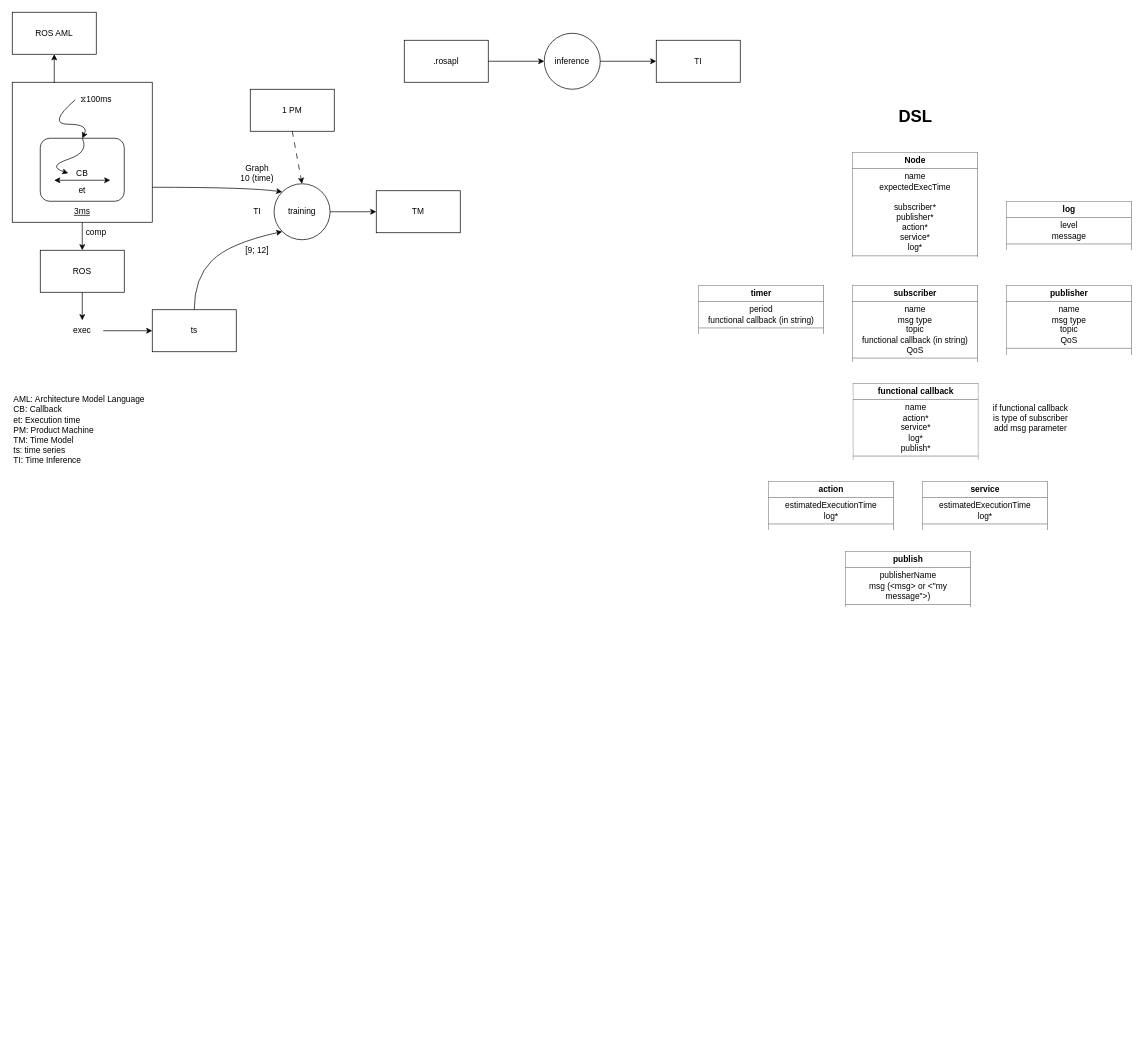
Earlier version of the draw.io diagram docs/temporal_model_hybridization.drawio (Colin-de-Seroux/temporal-model-hybridization). Source tidied: cells renumbered, new cells numbered last; positions are measured from the earlier drawing's top-left corner, leaving out a move shared by most shapes. Both pictures are drawn from the tidied source at 70%, with x=0, y=0 at pixel (12, 12).
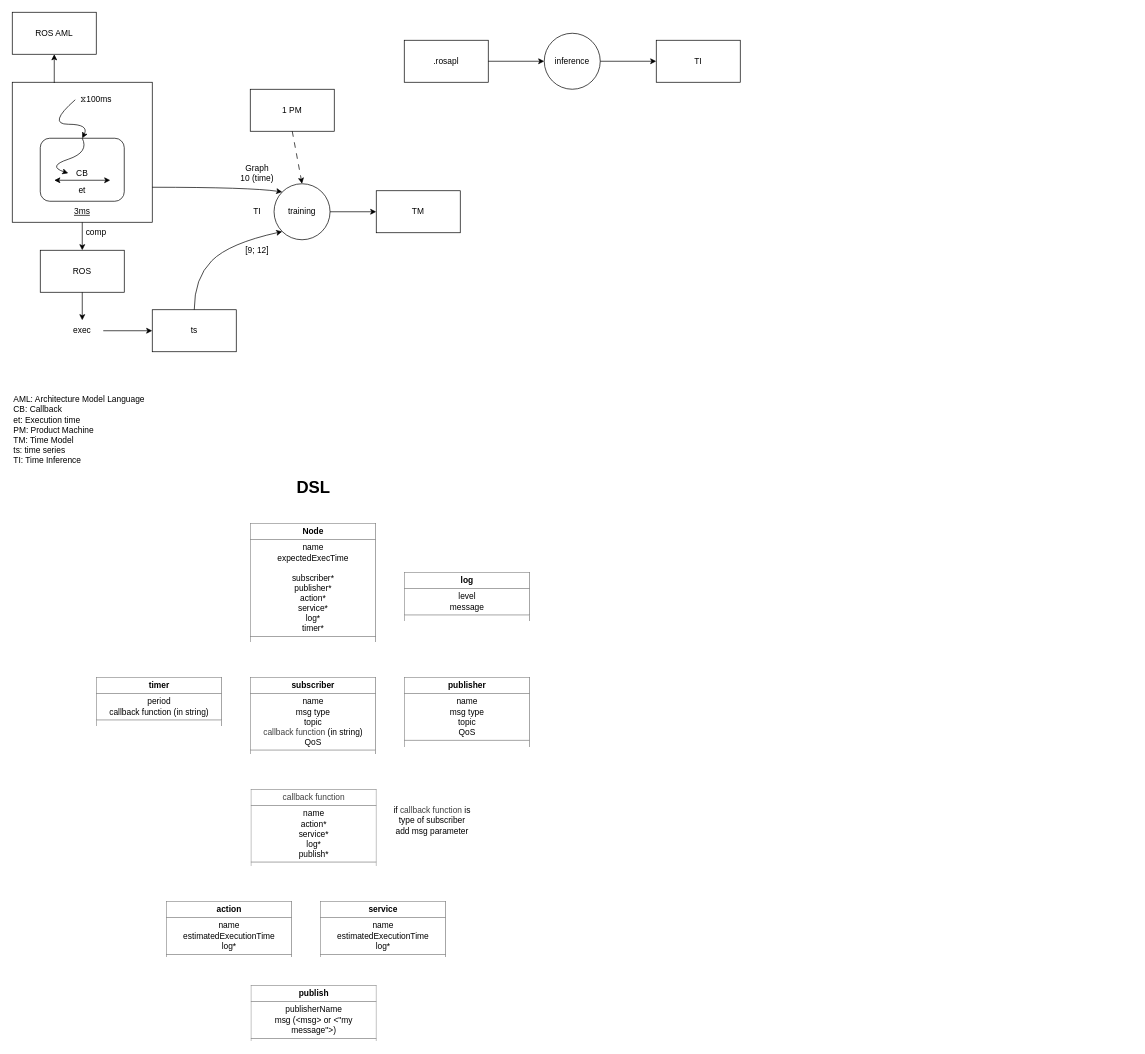
After the change.

What changed in the source:
```diff
@@
-    <mxCell id="37" value="&lt;table border=&quot;1&quot; width=&quot;100%&quot; height=&quot;100%&quot; cellpadding=&quot;4&quot; style=&quot;width:100%;height:100%;border-collapse:collapse;&quot;&gt;&lt;tbody&gt;&lt;tr&gt;&lt;th align=&quot;center&quot;&gt;&lt;b&gt;Node&lt;/b&gt;&lt;/th&gt;&lt;/tr&gt;&lt;tr&gt;&lt;td align=&quot;center&quot;&gt;name&lt;br&gt;expectedExecTime&lt;br&gt;&lt;br&gt;subscriber*&lt;br&gt;publisher*&lt;br&gt;action*&lt;br&gt;service*&lt;br&gt;log*&lt;/td&gt;&lt;/tr&gt;&lt;tr&gt;&lt;td align=&quot;center&quot;&gt;&lt;br&gt;&lt;br&gt;&lt;/td&gt;&lt;/tr&gt;&lt;/tbody&gt;&lt;/table&gt;" style="text;html=1;whiteSpace=wrap;strokeColor=none;fillColor=none;overflow=fill;" parent="1" vertex="1">
-      <mxGeometry x="1200" y="200" width="180" height="150" as="geometry" />
+    <mxCell id="37" value="&lt;table border=&quot;1&quot; width=&quot;100%&quot; height=&quot;100%&quot; cellpadding=&quot;4&quot; style=&quot;width:100%;height:100%;border-collapse:collapse;&quot;&gt;&lt;tbody&gt;&lt;tr&gt;&lt;th align=&quot;center&quot;&gt;&lt;b&gt;Node&lt;/b&gt;&lt;/th&gt;&lt;/tr&gt;&lt;tr&gt;&lt;td align=&quot;center&quot;&gt;name&lt;br&gt;expectedExecTime&lt;br&gt;&lt;br&gt;subscriber*&lt;br&gt;publisher*&lt;br&gt;action*&lt;br&gt;service*&lt;br&gt;log*&lt;br&gt;timer*&lt;/td&gt;&lt;/tr&gt;&lt;tr&gt;&lt;td align=&quot;center&quot;&gt;&lt;br&gt;&lt;br&gt;&lt;/td&gt;&lt;/tr&gt;&lt;/tbody&gt;&lt;/table&gt;" style="text;html=1;whiteSpace=wrap;strokeColor=none;fillColor=none;overflow=fill;" parent="1" vertex="1">
+      <mxGeometry x="340" y="730" width="180" height="170" as="geometry" />
     </mxCell>
     <mxCell id="38" value="&lt;table border=&quot;1&quot; width=&quot;100%&quot; height=&quot;100%&quot; cellpadding=&quot;4&quot; style=&quot;width:100%;height:100%;border-collapse:collapse;&quot;&gt;&lt;tbody&gt;&lt;tr&gt;&lt;th align=&quot;center&quot;&gt;&lt;b&gt;log&lt;/b&gt;&lt;/th&gt;&lt;/tr&gt;&lt;tr&gt;&lt;td align=&quot;center&quot;&gt;level&lt;br&gt;message&lt;/td&gt;&lt;/tr&gt;&lt;tr&gt;&lt;td align=&quot;center&quot;&gt;&lt;br&gt;&lt;br&gt;&lt;/td&gt;&lt;/tr&gt;&lt;/tbody&gt;&lt;/table&gt;" style="text;html=1;whiteSpace=wrap;strokeColor=none;fillColor=none;overflow=fill;verticalAlign=top;" parent="1" vertex="1">
-      <mxGeometry x="1420" y="270" width="180" height="70" as="geometry" />
+      <mxGeometry x="560" y="800" width="180" height="70" as="geometry" />
     </mxCell>
-    <mxCell id="39" value="&lt;table border=&quot;1&quot; width=&quot;100%&quot; height=&quot;100%&quot; cellpadding=&quot;4&quot; style=&quot;width:100%;height:100%;border-collapse:collapse;&quot;&gt;&lt;tbody&gt;&lt;tr&gt;&lt;th align=&quot;center&quot;&gt;subscriber&lt;/th&gt;&lt;/tr&gt;&lt;tr&gt;&lt;td align=&quot;center&quot;&gt;name&lt;br&gt;msg type&lt;br&gt;topic&lt;br&gt;functional callback (in string)&lt;br&gt;QoS&lt;/td&gt;&lt;/tr&gt;&lt;tr&gt;&lt;td align=&quot;center&quot;&gt;&lt;br&gt;&lt;br&gt;&lt;/td&gt;&lt;/tr&gt;&lt;/tbody&gt;&lt;/table&gt;" style="text;html=1;whiteSpace=wrap;strokeColor=none;fillColor=none;overflow=fill;verticalAlign=top;" parent="1" vertex="1">
-      <mxGeometry x="1200" y="390" width="180" height="110" as="geometry" />
+    <mxCell id="39" value="&lt;table border=&quot;1&quot; width=&quot;100%&quot; height=&quot;100%&quot; cellpadding=&quot;4&quot; style=&quot;width:100%;height:100%;border-collapse:collapse;&quot;&gt;&lt;tbody&gt;&lt;tr&gt;&lt;th align=&quot;center&quot;&gt;subscriber&lt;/th&gt;&lt;/tr&gt;&lt;tr&gt;&lt;td align=&quot;center&quot;&gt;name&lt;br&gt;msg type&lt;br&gt;topic&lt;br&gt;&lt;span style=&quot;color: rgb(63, 63, 63);&quot;&gt;callback function&lt;/span&gt;&amp;nbsp;(in string)&lt;br&gt;QoS&lt;/td&gt;&lt;/tr&gt;&lt;tr&gt;&lt;td align=&quot;center&quot;&gt;&lt;br&gt;&lt;br&gt;&lt;/td&gt;&lt;/tr&gt;&lt;/tbody&gt;&lt;/table&gt;" style="text;html=1;whiteSpace=wrap;strokeColor=none;fillColor=none;overflow=fill;verticalAlign=top;" parent="1" vertex="1">
+      <mxGeometry x="340" y="950" width="180" height="110" as="geometry" />
     </mxCell>
     <mxCell id="40" value="&lt;table border=&quot;1&quot; width=&quot;100%&quot; height=&quot;100%&quot; cellpadding=&quot;4&quot; style=&quot;width:100%;height:100%;border-collapse:collapse;&quot;&gt;&lt;tbody&gt;&lt;tr&gt;&lt;th align=&quot;center&quot;&gt;publisher&lt;/th&gt;&lt;/tr&gt;&lt;tr&gt;&lt;td align=&quot;center&quot;&gt;name&lt;br&gt;msg type&lt;br&gt;topic&lt;br&gt;QoS&lt;/td&gt;&lt;/tr&gt;&lt;tr&gt;&lt;td align=&quot;center&quot;&gt;&lt;br&gt;&lt;br&gt;&lt;/td&gt;&lt;/tr&gt;&lt;/tbody&gt;&lt;/table&gt;" style="text;html=1;whiteSpace=wrap;strokeColor=none;fillColor=none;overflow=fill;verticalAlign=top;" parent="1" vertex="1">
-      <mxGeometry x="1420" y="390" width="180" height="100" as="geometry" />
+      <mxGeometry x="560" y="950" width="180" height="100" as="geometry" />
     </mxCell>
-    <mxCell id="41" value="&lt;table border=&quot;1&quot; width=&quot;100%&quot; height=&quot;100%&quot; cellpadding=&quot;4&quot; style=&quot;width:100%;height:100%;border-collapse:collapse;&quot;&gt;&lt;tbody&gt;&lt;tr&gt;&lt;th align=&quot;center&quot;&gt;functional callback&lt;/th&gt;&lt;/tr&gt;&lt;tr&gt;&lt;td align=&quot;center&quot;&gt;name&lt;br&gt;action*&lt;br&gt;service*&lt;br&gt;log*&lt;br&gt;publish*&lt;/td&gt;&lt;/tr&gt;&lt;tr&gt;&lt;td align=&quot;center&quot;&gt;&lt;br&gt;&lt;br&gt;&lt;/td&gt;&lt;/tr&gt;&lt;/tbody&gt;&lt;/table&gt;" style="text;html=1;whiteSpace=wrap;strokeColor=none;fillColor=none;overflow=fill;verticalAlign=top;" parent="1" vertex="1">
-      <mxGeometry x="1201" y="530" width="180" height="109.5" as="geometry" />
+    <mxCell id="41" value="&lt;table border=&quot;1&quot; width=&quot;100%&quot; height=&quot;100%&quot; cellpadding=&quot;4&quot; style=&quot;width:100%;height:100%;border-collapse:collapse;&quot;&gt;&lt;tbody&gt;&lt;tr&gt;&lt;th align=&quot;center&quot;&gt;&lt;span style=&quot;color: rgb(63, 63, 63); font-weight: 400;&quot;&gt;callback function&lt;/span&gt;&lt;/th&gt;&lt;/tr&gt;&lt;tr&gt;&lt;td align=&quot;center&quot;&gt;name&lt;br&gt;action*&lt;br&gt;service*&lt;br&gt;log*&lt;br&gt;publish*&lt;/td&gt;&lt;/tr&gt;&lt;tr&gt;&lt;td align=&quot;center&quot;&gt;&lt;br&gt;&lt;br&gt;&lt;/td&gt;&lt;/tr&gt;&lt;/tbody&gt;&lt;/table&gt;" style="text;html=1;whiteSpace=wrap;strokeColor=none;fillColor=none;overflow=fill;verticalAlign=top;" parent="1" vertex="1">
+      <mxGeometry x="341" y="1110" width="180" height="109.5" as="geometry" />
     </mxCell>
     <mxCell id="42" value="&lt;table border=&quot;1&quot; width=&quot;100%&quot; height=&quot;100%&quot; cellpadding=&quot;4&quot; style=&quot;width:100%;height:100%;border-collapse:collapse;&quot;&gt;&lt;tbody&gt;&lt;tr&gt;&lt;th align=&quot;center&quot;&gt;publish&lt;/th&gt;&lt;/tr&gt;&lt;tr&gt;&lt;td align=&quot;center&quot;&gt;publisherName&lt;br&gt;msg (&amp;lt;msg&amp;gt; or &amp;lt;&quot;my message&quot;&amp;gt;)&lt;/td&gt;&lt;/tr&gt;&lt;tr&gt;&lt;td align=&quot;center&quot;&gt;&lt;br&gt;&lt;br&gt;&lt;/td&gt;&lt;/tr&gt;&lt;/tbody&gt;&lt;/table&gt;" style="text;html=1;whiteSpace=wrap;strokeColor=none;fillColor=none;overflow=fill;verticalAlign=top;" parent="1" vertex="1">
-      <mxGeometry x="1190" y="770" width="180" height="80" as="geometry" />
+      <mxGeometry x="341" y="1390" width="180" height="80" as="geometry" />
     </mxCell>
-    <mxCell id="43" value="&lt;table border=&quot;1&quot; width=&quot;100%&quot; height=&quot;100%&quot; cellpadding=&quot;4&quot; style=&quot;width:100%;height:100%;border-collapse:collapse;&quot;&gt;&lt;tbody&gt;&lt;tr&gt;&lt;th align=&quot;center&quot;&gt;action&lt;/th&gt;&lt;/tr&gt;&lt;tr&gt;&lt;td align=&quot;center&quot;&gt;estimatedExecutionTime&lt;br&gt;log*&lt;/td&gt;&lt;/tr&gt;&lt;tr&gt;&lt;td align=&quot;center&quot;&gt;&lt;br&gt;&lt;br&gt;&lt;/td&gt;&lt;/tr&gt;&lt;/tbody&gt;&lt;/table&gt;" style="text;html=1;whiteSpace=wrap;strokeColor=none;fillColor=none;overflow=fill;verticalAlign=top;" parent="1" vertex="1">
-      <mxGeometry x="1080" y="670" width="180" height="70" as="geometry" />
+    <mxCell id="43" value="&lt;table border=&quot;1&quot; width=&quot;100%&quot; height=&quot;100%&quot; cellpadding=&quot;4&quot; style=&quot;width:100%;height:100%;border-collapse:collapse;&quot;&gt;&lt;tbody&gt;&lt;tr&gt;&lt;th align=&quot;center&quot;&gt;action&lt;/th&gt;&lt;/tr&gt;&lt;tr&gt;&lt;td align=&quot;center&quot;&gt;name&lt;br&gt;estimatedExecutionTime&lt;br&gt;log*&lt;/td&gt;&lt;/tr&gt;&lt;tr&gt;&lt;td align=&quot;center&quot;&gt;&lt;br&gt;&lt;br&gt;&lt;/td&gt;&lt;/tr&gt;&lt;/tbody&gt;&lt;/table&gt;" style="text;html=1;whiteSpace=wrap;strokeColor=none;fillColor=none;overflow=fill;verticalAlign=top;" parent="1" vertex="1">
+      <mxGeometry x="220" y="1270" width="180" height="80" as="geometry" />
     </mxCell>
-    <mxCell id="44" value="&lt;table border=&quot;1&quot; width=&quot;100%&quot; height=&quot;100%&quot; cellpadding=&quot;4&quot; style=&quot;width:100%;height:100%;border-collapse:collapse;&quot;&gt;&lt;tbody&gt;&lt;tr&gt;&lt;th align=&quot;center&quot;&gt;service&lt;/th&gt;&lt;/tr&gt;&lt;tr&gt;&lt;td align=&quot;center&quot;&gt;estimatedExecutionTime&lt;br&gt;log*&lt;/td&gt;&lt;/tr&gt;&lt;tr&gt;&lt;td align=&quot;center&quot;&gt;&lt;br&gt;&lt;br&gt;&lt;/td&gt;&lt;/tr&gt;&lt;/tbody&gt;&lt;/table&gt;" style="text;html=1;whiteSpace=wrap;strokeColor=none;fillColor=none;overflow=fill;verticalAlign=top;" parent="1" vertex="1">
-      <mxGeometry x="1300" y="670" width="180" height="70" as="geometry" />
+    <mxCell id="44" value="&lt;table border=&quot;1&quot; width=&quot;100%&quot; height=&quot;100%&quot; cellpadding=&quot;4&quot; style=&quot;width:100%;height:100%;border-collapse:collapse;&quot;&gt;&lt;tbody&gt;&lt;tr&gt;&lt;th align=&quot;center&quot;&gt;service&lt;/th&gt;&lt;/tr&gt;&lt;tr&gt;&lt;td align=&quot;center&quot;&gt;name&lt;br&gt;estimatedExecutionTime&lt;br&gt;log*&lt;/td&gt;&lt;/tr&gt;&lt;tr&gt;&lt;td align=&quot;center&quot;&gt;&lt;br&gt;&lt;br&gt;&lt;/td&gt;&lt;/tr&gt;&lt;/tbody&gt;&lt;/table&gt;" style="text;html=1;whiteSpace=wrap;strokeColor=none;fillColor=none;overflow=fill;verticalAlign=top;" parent="1" vertex="1">
+      <mxGeometry x="440" y="1270" width="180" height="80" as="geometry" />
     </mxCell>
-    <mxCell id="45" value="&lt;table border=&quot;1&quot; width=&quot;100%&quot; height=&quot;100%&quot; cellpadding=&quot;4&quot; style=&quot;width:100%;height:100%;border-collapse:collapse;&quot;&gt;&lt;tbody&gt;&lt;tr&gt;&lt;th align=&quot;center&quot;&gt;timer&lt;/th&gt;&lt;/tr&gt;&lt;tr&gt;&lt;td align=&quot;center&quot;&gt;period&lt;br&gt;functional callback (in string)&lt;/td&gt;&lt;/tr&gt;&lt;tr&gt;&lt;td align=&quot;center&quot;&gt;&lt;br&gt;&lt;br&gt;&lt;/td&gt;&lt;/tr&gt;&lt;/tbody&gt;&lt;/table&gt;" style="text;html=1;whiteSpace=wrap;strokeColor=none;fillColor=none;overflow=fill;verticalAlign=top;" parent="1" vertex="1">
-      <mxGeometry x="980" y="390" width="180" height="70" as="geometry" />
+    <mxCell id="45" value="&lt;table border=&quot;1&quot; width=&quot;100%&quot; height=&quot;100%&quot; cellpadding=&quot;4&quot; style=&quot;width:100%;height:100%;border-collapse:collapse;&quot;&gt;&lt;tbody&gt;&lt;tr&gt;&lt;th align=&quot;center&quot;&gt;timer&lt;/th&gt;&lt;/tr&gt;&lt;tr&gt;&lt;td align=&quot;center&quot;&gt;period&lt;br&gt;callback function (in string)&lt;/td&gt;&lt;/tr&gt;&lt;tr&gt;&lt;td align=&quot;center&quot;&gt;&lt;br&gt;&lt;br&gt;&lt;/td&gt;&lt;/tr&gt;&lt;/tbody&gt;&lt;/table&gt;" style="text;html=1;whiteSpace=wrap;strokeColor=none;fillColor=none;overflow=fill;verticalAlign=top;" parent="1" vertex="1">
+      <mxGeometry x="120" y="950" width="180" height="70" as="geometry" />
     </mxCell>
     <mxCell id="46" value="DSL" style="text;strokeColor=none;fillColor=none;html=1;fontSize=24;fontStyle=1;verticalAlign=middle;align=center;" parent="1" vertex="1">
-      <mxGeometry x="1240" y="130" width="100" height="40" as="geometry" />
+      <mxGeometry x="380" y="660" width="100" height="40" as="geometry" />
     </mxCell>
-    <mxCell id="47" value="if functional callback is type of subscriber add msg parameter" style="text;html=1;align=center;verticalAlign=middle;whiteSpace=wrap;rounded=0;" parent="1" vertex="1">
-      <mxGeometry x="1400" y="564.5" width="110" height="30" as="geometry" />
+    <mxCell id="47" value="if&amp;nbsp;&lt;span style=&quot;color: rgb(63, 63, 63);&quot;&gt;callback function&lt;/span&gt;&amp;nbsp;is type of subscriber add msg parameter" style="text;html=1;align=center;verticalAlign=middle;whiteSpace=wrap;rounded=0;" parent="1" vertex="1">
+      <mxGeometry x="540" y="1140" width="120" height="30" as="geometry" />
     </mxCell>
```
